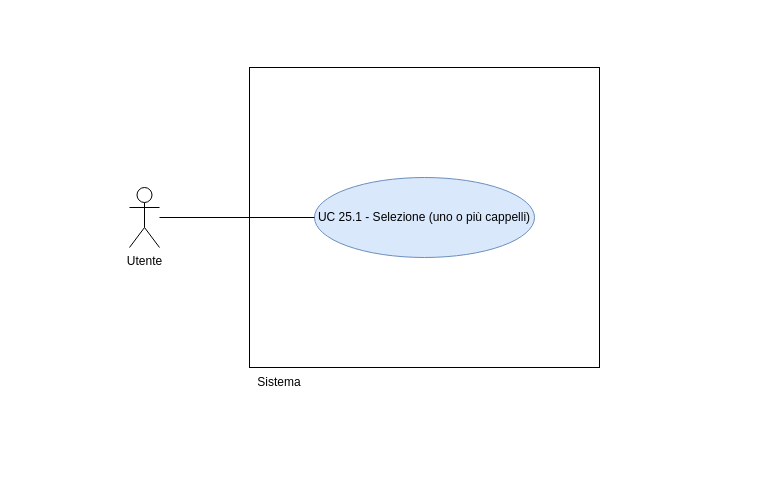
Before: RTB/doc_esterna/analisi-dei-requisiti/assets/draw.io/UC25.1.drawio in thebitless-group-swe/thebitless.github.io, a draw.io diagram. Source tidied: cells renumbered, new cells numbered last; positions are measured from the earlier drawing's top-left corner, leaving out a move shared by most shapes. Both pictures are drawn from the tidied source at 100%, with x=0, y=0 at pixel (129, 67).
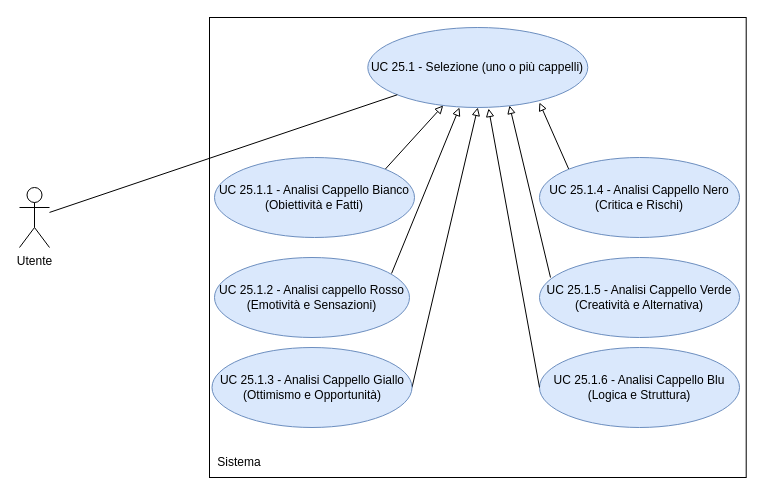
The same page after the edit.

Diff of the diagram source:
```diff
@@
 <mxGraphModel>
   <root>
     <mxCell id="0" />
     <mxCell id="1" parent="0" />
     <mxCell id="2" value="Utente" style="shape=umlActor;verticalLabelPosition=bottom;verticalAlign=top;html=1;outlineConnect=0;" parent="1" vertex="1">
-      <mxGeometry y="120" width="30" height="60" as="geometry" />
+      <mxGeometry x="-110" y="120" width="30" height="60" as="geometry" />
     </mxCell>
     <mxCell id="3" style="whiteSpace=wrap;html=1;" parent="1" vertex="1">
-      <mxGeometry x="120" width="350" height="300" as="geometry" />
+      <mxGeometry x="80" y="-50" width="536.7" height="460" as="geometry" />
     </mxCell>
     <mxCell id="4" value="Sistema" style="text;html=1;whiteSpace=wrap;strokeColor=none;fillColor=none;align=center;verticalAlign=middle;rounded=0;" parent="1" vertex="1">
-      <mxGeometry x="120" y="300" width="60" height="30" as="geometry" />
+      <mxGeometry x="80" y="380" width="60" height="30" as="geometry" />
     </mxCell>
     <mxCell id="5" value="UC 25.1 - Selezione (uno o più cappelli)" style="ellipse;whiteSpace=wrap;html=1;fillColor=#dae8fc;strokeColor=#6c8ebf;" parent="1" vertex="1">
-      <mxGeometry x="185" y="110" width="220" height="80" as="geometry" />
+      <mxGeometry x="238.3" y="-40" width="220" height="80" as="geometry" />
     </mxCell>
     <mxCell id="6" style="edgeStyle=none;rounded=0;jettySize=auto;html=1;endArrow=none;endFill=0;" parent="1" edge="1" source="2" target="5">
       <mxGeometry relative="1" as="geometry" />
     </mxCell>
+    <mxCell id="7" style="rounded=0;jettySize=auto;html=1;exitX=1;exitY=0;exitDx=0;exitDy=0;endArrow=block;endFill=0;" parent="1" edge="1" source="8" target="5">
+      <mxGeometry relative="1" as="geometry" />
+    </mxCell>
+    <mxCell id="8" value="UC 25.1.1 - Analisi Cappello Bianco (Obiettività e Fatti)" style="ellipse;whiteSpace=wrap;html=1;fillColor=#dae8fc;strokeColor=#6c8ebf;" parent="1" vertex="1">
+      <mxGeometry x="85" y="90" width="200" height="80" as="geometry" />
+    </mxCell>
+    <mxCell id="9" style="rounded=0;jettySize=auto;html=1;exitX=0.908;exitY=0.2;exitDx=0;exitDy=0;endArrow=block;endFill=0;exitPerimeter=0;" parent="1" edge="1" source="10">
+      <mxGeometry relative="1" as="geometry">
+        <mxPoint x="330" y="40" as="targetPoint" />
+      </mxGeometry>
+    </mxCell>
+    <mxCell id="10" value="UC 25.1.2 - Analisi cappello Rosso&lt;div&gt;(Emotività e Sensazioni)&lt;/div&gt;" style="ellipse;whiteSpace=wrap;html=1;fillColor=#dae8fc;strokeColor=#6c8ebf;" parent="1" vertex="1">
+      <mxGeometry x="85" y="190" width="195" height="80" as="geometry" />
+    </mxCell>
+    <mxCell id="11" style="rounded=0;jettySize=auto;html=1;exitX=1;exitY=0.5;exitDx=0;exitDy=0;entryX=0.5;entryY=1;entryDx=0;entryDy=0;endArrow=block;endFill=0;" parent="1" edge="1" source="12" target="5">
+      <mxGeometry relative="1" as="geometry" />
+    </mxCell>
+    <mxCell id="12" value="UC 25.1.3 - Analisi Cappello Giallo (Ottimismo e Opportunità)" style="ellipse;whiteSpace=wrap;html=1;fillColor=#dae8fc;strokeColor=#6c8ebf;" parent="1" vertex="1">
+      <mxGeometry x="82.5" y="280" width="200" height="80" as="geometry" />
+    </mxCell>
+    <mxCell id="13" style="rounded=0;jettySize=auto;html=1;exitX=0;exitY=0;exitDx=0;exitDy=0;entryX=0.78;entryY=0.938;entryDx=0;entryDy=0;endArrow=block;endFill=0;entryPerimeter=0;" parent="1" edge="1" source="14" target="5">
+      <mxGeometry relative="1" as="geometry" />
+    </mxCell>
+    <mxCell id="14" value="UC 25.1.4 - Analisi Cappello Nero (Critica e Rischi)" style="ellipse;whiteSpace=wrap;html=1;fillColor=#dae8fc;strokeColor=#6c8ebf;" parent="1" vertex="1">
+      <mxGeometry x="410" y="90" width="200" height="80" as="geometry" />
+    </mxCell>
+    <mxCell id="15" value="UC 25.1.5 - Analisi Cappello Verde (Creatività e Alternativa)" style="ellipse;whiteSpace=wrap;html=1;fillColor=#dae8fc;strokeColor=#6c8ebf;" parent="1" vertex="1">
+      <mxGeometry x="410" y="190" width="200" height="80" as="geometry" />
+    </mxCell>
+    <mxCell id="16" style="rounded=0;jettySize=auto;html=1;exitX=0.055;exitY=0.25;exitDx=0;exitDy=0;endArrow=block;endFill=0;exitPerimeter=0;entryX=0.644;entryY=0.975;entryDx=0;entryDy=0;entryPerimeter=0;" parent="1" edge="1" source="15" target="5">
+      <mxGeometry relative="1" as="geometry" />
+    </mxCell>
+    <mxCell id="17" value="UC 25.1.6 - Analisi Cappello Blu (Logica e Struttura)" style="ellipse;whiteSpace=wrap;html=1;fillColor=#dae8fc;strokeColor=#6c8ebf;" parent="1" vertex="1">
+      <mxGeometry x="410" y="280" width="200" height="80" as="geometry" />
+    </mxCell>
+    <mxCell id="18" style="rounded=0;jettySize=auto;html=1;exitX=0;exitY=0.5;exitDx=0;exitDy=0;endArrow=block;endFill=0;entryX=0.549;entryY=1.013;entryDx=0;entryDy=0;entryPerimeter=0;" parent="1" edge="1" source="17" target="5">
+      <mxGeometry relative="1" as="geometry" />
+    </mxCell>
   </root>
 </mxGraphModel>
```
